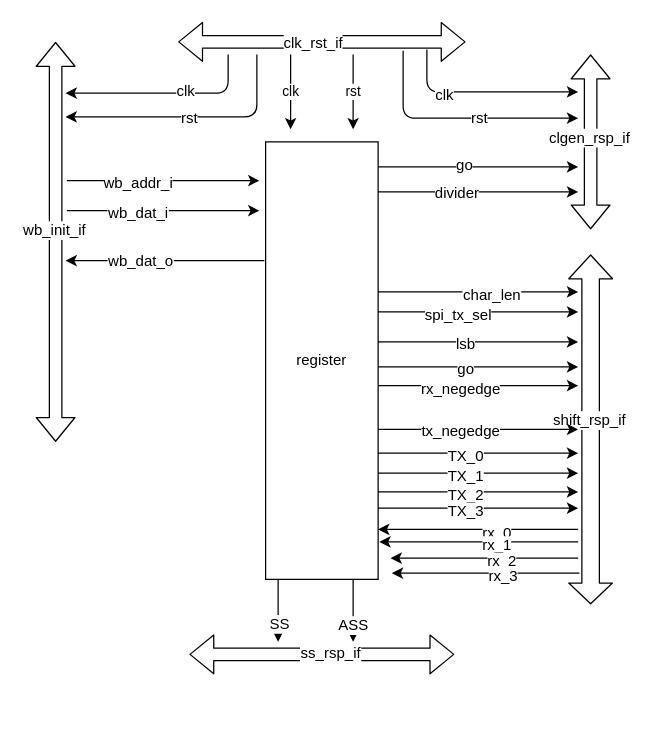
Above: 寄存器读写验证.drawio in ghr12345/firsttest (draw.io), before the change. Source tidied: cells renumbered, new cells numbered last; positions are measured from the earlier drawing's top-left corner, leaving out a move shared by most shapes. Both pictures are drawn from the tidied source at 125%, with x=0, y=0 at pixel (55, 41).
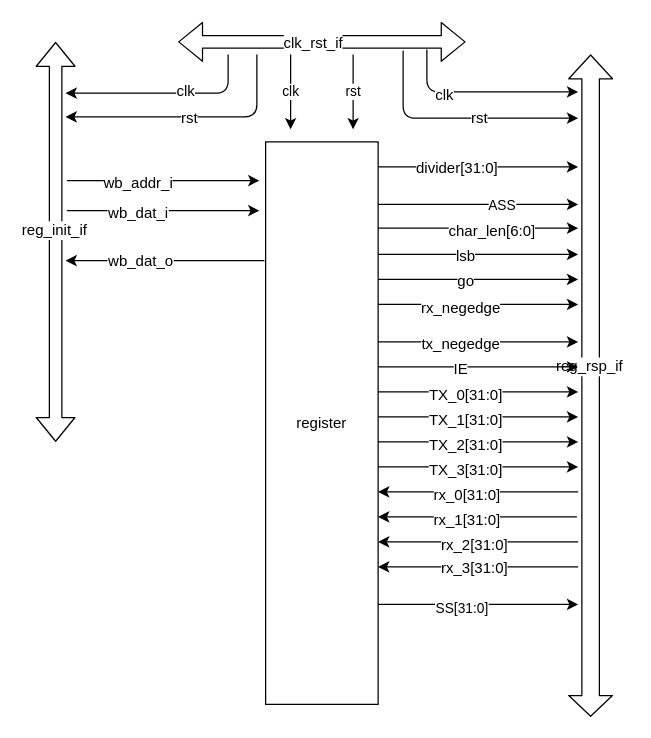
Above is the later version.

Commit message (it also covers changes not shown here):
更新寄存器读写验证.drawio

Unchanged cells that the change refers to:
```xml
<mxCell id="7" style="shape=flexArrow;endArrow=classic;startArrow=classic;html=1;" parent="1" edge="1">
  <mxGeometry relative="1" as="geometry">
    <mxPoint y="320" as="sourcePoint" />
    <mxPoint as="targetPoint" />
  </mxGeometry>
</mxCell>
```

Diff of the diagram source:
```diff
@@
     <mxCell id="2" value="register" style="rounded=0;whiteSpace=wrap;html=1;" parent="1" vertex="1">
-      <mxGeometry x="168" y="80" width="90" height="350" as="geometry" />
+      <mxGeometry x="168" y="80" width="90" height="450" as="geometry" />
     </mxCell>
@@
-    <mxCell id="8" value="wb_init_if" style="text;html=1;align=center;verticalAlign=middle;labelBackgroundColor=#ffffff;" parent="7" vertex="1">
+    <mxCell id="8" value="reg_init_if" style="text;html=1;align=center;verticalAlign=middle;labelBackgroundColor=#ffffff;" parent="7" vertex="1">
       <mxGeometry x="0.06" y="2" relative="1" as="geometry" />
     </mxCell>
-    <mxCell id="9" style="shape=flexArrow;endArrow=classic;startArrow=classic;html=1;" parent="1" edge="1">
-      <mxGeometry relative="1" as="geometry">
-        <mxPoint x="428" y="150" as="sourcePoint" />
-        <mxPoint x="428" y="10" as="targetPoint" />
-      </mxGeometry>
-    </mxCell>
-    <mxCell id="10" value="clgen_rsp_if" style="text;html=1;align=center;verticalAlign=middle;labelBackgroundColor=#ffffff;" parent="9" vertex="1">
-      <mxGeometry x="0.06" y="2" relative="1" as="geometry" />
-    </mxCell>
@@
-    <mxCell id="25" style="endArrow=classic;html=1;" parent="1" edge="1">
-      <mxGeometry relative="1" as="geometry">
-        <mxPoint x="258" y="100" as="sourcePoint" />
-        <mxPoint x="418" y="100" as="targetPoint" />
-      </mxGeometry>
-    </mxCell>
-    <mxCell id="26" value="go" style="text;html=1;align=center;verticalAlign=middle;labelBackgroundColor=#ffffff;" parent="25" vertex="1">
-      <mxGeometry x="-0.15" y="2" relative="1" as="geometry" />
-    </mxCell>
     <mxCell id="27" style="endArrow=classic;html=1;" parent="1" edge="1">
       <mxGeometry relative="1" as="geometry">
-        <mxPoint x="258" y="120" as="sourcePoint" />
-        <mxPoint x="418" y="120" as="targetPoint" />
+        <mxPoint x="258" y="100" as="sourcePoint" />
+        <mxPoint x="418" y="100" as="targetPoint" />
       </mxGeometry>
     </mxCell>
-    <mxCell id="28" value="divider" style="text;html=1;align=center;verticalAlign=middle;labelBackgroundColor=#ffffff;" parent="27" vertex="1">
+    <mxCell id="28" value="divider[31:0]" style="text;html=1;align=center;verticalAlign=middle;labelBackgroundColor=#ffffff;" parent="27" vertex="1">
       <mxGeometry x="-0.23" relative="1" as="geometry" />
     </mxCell>
     <mxCell id="29" style="shape=flexArrow;endArrow=classic;startArrow=classic;html=1;width=14;startSize=5.2;" parent="1" edge="1">
       <mxGeometry relative="1" as="geometry">
-        <mxPoint x="428" y="450" as="sourcePoint" />
-        <mxPoint x="428" y="170" as="targetPoint" />
+        <mxPoint x="428" y="540" as="sourcePoint" />
+        <mxPoint x="428" y="10" as="targetPoint" />
       </mxGeometry>
     </mxCell>
-    <mxCell id="30" value="shift_rsp_if" style="text;html=1;align=center;verticalAlign=middle;labelBackgroundColor=#ffffff;" parent="29" vertex="1">
+    <mxCell id="30" value="reg_rsp_if" style="text;html=1;align=center;verticalAlign=middle;labelBackgroundColor=#ffffff;" parent="29" vertex="1">
       <mxGeometry x="0.06" y="2" relative="1" as="geometry" />
     </mxCell>
-    <mxCell id="31" style="shape=flexArrow;endArrow=classic;startArrow=classic;html=1;" parent="1" edge="1">
-      <mxGeometry relative="1" as="geometry">
-        <mxPoint x="107" y="490" as="sourcePoint" />
-        <mxPoint x="319" y="490" as="targetPoint" />
-      </mxGeometry>
-    </mxCell>
-    <mxCell id="32" value="ss_rsp_if" style="text;html=1;align=center;verticalAlign=middle;labelBackgroundColor=#ffffff;" parent="31" vertex="1">
-      <mxGeometry x="0.06" y="2" relative="1" as="geometry" />
-    </mxCell>
@@
     <mxCell id="34" style="endArrow=classic;html=1;" parent="1" edge="1">
       <mxGeometry relative="1" as="geometry">
-        <mxPoint x="258" y="200" as="sourcePoint" />
-        <mxPoint x="418" y="200" as="targetPoint" />
+        <mxPoint x="258" y="149" as="sourcePoint" />
+        <mxPoint x="418" y="149" as="targetPoint" />
       </mxGeometry>
     </mxCell>
-    <mxCell id="35" value="char_len" style="text;html=1;align=center;verticalAlign=middle;labelBackgroundColor=#ffffff;" parent="34" vertex="1">
+    <mxCell id="35" value="char_len[6:0]" style="text;html=1;align=center;verticalAlign=middle;labelBackgroundColor=#ffffff;" parent="34" vertex="1">
       <mxGeometry x="0.12" y="-2" relative="1" as="geometry" />
     </mxCell>
-    <mxCell id="36" style="endArrow=classic;html=1;" parent="1" edge="1">
-      <mxGeometry relative="1" as="geometry">
-        <mxPoint x="258" y="216" as="sourcePoint" />
-        <mxPoint x="418" y="216" as="targetPoint" />
-      </mxGeometry>
-    </mxCell>
-    <mxCell id="37" value="spi_tx_sel" style="text;html=1;align=center;verticalAlign=middle;labelBackgroundColor=#ffffff;" parent="36" vertex="1">
-      <mxGeometry x="-0.21" y="-2" relative="1" as="geometry" />
-    </mxCell>
     <mxCell id="38" style="endArrow=classic;html=1;" parent="1" edge="1">
       <mxGeometry relative="1" as="geometry">
-        <mxPoint x="258" y="240" as="sourcePoint" />
-        <mxPoint x="418" y="240" as="targetPoint" />
+        <mxPoint x="258" y="170" as="sourcePoint" />
+        <mxPoint x="418" y="170" as="targetPoint" />
       </mxGeometry>
     </mxCell>
@@
     <mxCell id="40" style="endArrow=classic;html=1;" parent="1" edge="1">
       <mxGeometry relative="1" as="geometry">
-        <mxPoint x="258" y="260" as="sourcePoint" />
-        <mxPoint x="418" y="260" as="targetPoint" />
+        <mxPoint x="258" y="190" as="sourcePoint" />
+        <mxPoint x="418" y="190" as="targetPoint" />
       </mxGeometry>
     </mxCell>
@@
     <mxCell id="42" style="endArrow=classic;html=1;" parent="1" edge="1">
       <mxGeometry relative="1" as="geometry">
-        <mxPoint x="258" y="275" as="sourcePoint" />
-        <mxPoint x="418" y="275" as="targetPoint" />
+        <mxPoint x="258" y="210" as="sourcePoint" />
+        <mxPoint x="418" y="210" as="targetPoint" />
       </mxGeometry>
     </mxCell>
@@
     <mxCell id="44" style="endArrow=classic;html=1;" parent="1" edge="1">
       <mxGeometry relative="1" as="geometry">
-        <mxPoint x="258" y="310" as="sourcePoint" />
-        <mxPoint x="418" y="310" as="targetPoint" />
+        <mxPoint x="258" y="240" as="sourcePoint" />
+        <mxPoint x="418" y="240" as="targetPoint" />
       </mxGeometry>
     </mxCell>
@@
     <mxCell id="46" style="endArrow=classic;html=1;" parent="1" edge="1">
       <mxGeometry relative="1" as="geometry">
-        <mxPoint x="258" y="329" as="sourcePoint" />
-        <mxPoint x="418" y="329" as="targetPoint" />
+        <mxPoint x="258" y="280" as="sourcePoint" />
+        <mxPoint x="418" y="280" as="targetPoint" />
       </mxGeometry>
     </mxCell>
-    <mxCell id="47" value="TX_0" style="text;html=1;align=center;verticalAlign=middle;labelBackgroundColor=#ffffff;" parent="46" vertex="1">
+    <mxCell id="47" value="TX_0[31:0]" style="text;html=1;align=center;verticalAlign=middle;labelBackgroundColor=#ffffff;" parent="46" vertex="1">
       <mxGeometry x="-0.14" y="-2" relative="1" as="geometry" />
     </mxCell>
-    <mxCell id="48" style="endArrow=classic;html=1;" parent="1" edge="1">
-      <mxGeometry relative="1" as="geometry">
-        <mxPoint x="178" y="430" as="sourcePoint" />
-        <mxPoint x="178" y="480" as="targetPoint" />
-      </mxGeometry>
-    </mxCell>
-    <mxCell id="49" value="SS" style="text;html=1;align=center;verticalAlign=middle;labelBackgroundColor=#ffffff;" parent="48" vertex="1">
-      <mxGeometry x="0.38" relative="1" as="geometry" />
-    </mxCell>
-    <mxCell id="50" style="endArrow=classic;html=1;" parent="1" edge="1">
-      <mxGeometry relative="1" as="geometry">
-        <mxPoint x="238" y="430" as="sourcePoint" />
-        <mxPoint x="238" y="480" as="targetPoint" />
-      </mxGeometry>
-    </mxCell>
-    <mxCell id="51" value="ASS" style="text;html=1;align=center;verticalAlign=middle;labelBackgroundColor=#ffffff;" parent="50" vertex="1">
-      <mxGeometry x="0.42" y="-1" relative="1" as="geometry" />
-    </mxCell>
     <mxCell id="52" style="endArrow=classic;html=1;" parent="1" edge="1">
       <mxGeometry relative="1" as="geometry">
-        <mxPoint x="258" y="345" as="sourcePoint" />
-        <mxPoint x="418" y="345" as="targetPoint" />
+        <mxPoint x="258" y="300" as="sourcePoint" />
+        <mxPoint x="418" y="300" as="targetPoint" />
       </mxGeometry>
     </mxCell>
-    <mxCell id="53" value="TX_1" style="text;html=1;align=center;verticalAlign=middle;labelBackgroundColor=#ffffff;" parent="52" vertex="1">
+    <mxCell id="53" value="TX_1[31:0]" style="text;html=1;align=center;verticalAlign=middle;labelBackgroundColor=#ffffff;" parent="52" vertex="1">
       <mxGeometry x="-0.14" y="-2" relative="1" as="geometry" />
     </mxCell>
     <mxCell id="54" style="endArrow=classic;html=1;" parent="1" edge="1">
       <mxGeometry relative="1" as="geometry">
-        <mxPoint x="258" y="360" as="sourcePoint" />
-        <mxPoint x="418" y="360" as="targetPoint" />
+        <mxPoint x="258" y="320" as="sourcePoint" />
+        <mxPoint x="418" y="320" as="targetPoint" />
       </mxGeometry>
     </mxCell>
-    <mxCell id="55" value="TX_2" style="text;html=1;align=center;verticalAlign=middle;labelBackgroundColor=#ffffff;" parent="54" vertex="1">
+    <mxCell id="55" value="TX_2[31:0]" style="text;html=1;align=center;verticalAlign=middle;labelBackgroundColor=#ffffff;" parent="54" vertex="1">
       <mxGeometry x="-0.14" y="-2" relative="1" as="geometry" />
     </mxCell>
     <mxCell id="56" style="endArrow=classic;html=1;" parent="1" edge="1">
       <mxGeometry relative="1" as="geometry">
-        <mxPoint x="258" y="373" as="sourcePoint" />
-        <mxPoint x="418" y="373" as="targetPoint" />
+        <mxPoint x="258" y="340" as="sourcePoint" />
+        <mxPoint x="418" y="340" as="targetPoint" />
       </mxGeometry>
     </mxCell>
-    <mxCell id="57" value="TX_3" style="text;html=1;align=center;verticalAlign=middle;labelBackgroundColor=#ffffff;" parent="56" vertex="1">
+    <mxCell id="57" value="TX_3[31:0]" style="text;html=1;align=center;verticalAlign=middle;labelBackgroundColor=#ffffff;" parent="56" vertex="1">
       <mxGeometry x="-0.14" y="-2" relative="1" as="geometry" />
     </mxCell>
     <mxCell id="58" style="endArrow=classic;html=1;" parent="1" edge="1">
       <mxGeometry relative="1" as="geometry">
-        <mxPoint x="418" y="390" as="sourcePoint" />
-        <mxPoint x="258" y="390" as="targetPoint" />
+        <mxPoint x="418" y="360" as="sourcePoint" />
+        <mxPoint x="258" y="360" as="targetPoint" />
       </mxGeometry>
     </mxCell>
-    <mxCell id="59" value="rx_0" style="text;html=1;align=center;verticalAlign=middle;labelBackgroundColor=#ffffff;" parent="58" vertex="1">
-      <mxGeometry x="-0.17" y="2" relative="1" as="geometry" />
+    <mxCell id="59" value="rx_0[31:0]" style="text;html=1;align=center;verticalAlign=middle;labelBackgroundColor=#ffffff;" parent="58" vertex="1">
+      <mxGeometry x="-0.17" y="2" relative="1" as="geometry">
+        <mxPoint x="-24" as="offset" />
+      </mxGeometry>
     </mxCell>
     <mxCell id="60" style="endArrow=classic;html=1;" parent="1" edge="1">
       <mxGeometry relative="1" as="geometry">
-        <mxPoint x="418" y="400" as="sourcePoint" />
-        <mxPoint x="259" y="400" as="targetPoint" />
+        <mxPoint x="417" y="380" as="sourcePoint" />
+        <mxPoint x="258" y="380" as="targetPoint" />
       </mxGeometry>
     </mxCell>
-    <mxCell id="61" value="rx_1" style="text;html=1;align=center;verticalAlign=middle;labelBackgroundColor=#ffffff;" parent="60" vertex="1">
-      <mxGeometry x="-0.17" y="2" relative="1" as="geometry" />
+    <mxCell id="61" value="rx_1[31:0]" style="text;html=1;align=center;verticalAlign=middle;labelBackgroundColor=#ffffff;" parent="60" vertex="1">
+      <mxGeometry x="-0.17" y="2" relative="1" as="geometry">
+        <mxPoint x="-23" as="offset" />
+      </mxGeometry>
     </mxCell>
     <mxCell id="62" style="endArrow=classic;html=1;" parent="1" edge="1">
       <mxGeometry relative="1" as="geometry">
-        <mxPoint x="418" y="413" as="sourcePoint" />
-        <mxPoint x="268" y="413" as="targetPoint" />
+        <mxPoint x="418" y="400" as="sourcePoint" />
+        <mxPoint x="258" y="400" as="targetPoint" />
       </mxGeometry>
     </mxCell>
-    <mxCell id="63" value="rx_2" style="text;html=1;align=center;verticalAlign=middle;labelBackgroundColor=#ffffff;" parent="62" vertex="1">
-      <mxGeometry x="-0.17" y="2" relative="1" as="geometry" />
+    <mxCell id="63" value="rx_2[31:0]" style="text;html=1;align=center;verticalAlign=middle;labelBackgroundColor=#ffffff;" parent="62" vertex="1">
+      <mxGeometry x="-0.17" y="2" relative="1" as="geometry">
+        <mxPoint x="-18" as="offset" />
+      </mxGeometry>
     </mxCell>
     <mxCell id="64" style="endArrow=classic;html=1;" parent="1" edge="1">
       <mxGeometry relative="1" as="geometry">
-        <mxPoint x="419" y="425" as="sourcePoint" />
-        <mxPoint x="269" y="425" as="targetPoint" />
+        <mxPoint x="418" y="420" as="sourcePoint" />
+        <mxPoint x="258" y="420" as="targetPoint" />
       </mxGeometry>
     </mxCell>
-    <mxCell id="65" value="rx_3" style="text;html=1;align=center;verticalAlign=middle;labelBackgroundColor=#ffffff;" parent="64" vertex="1">
-      <mxGeometry x="-0.17" y="2" relative="1" as="geometry" />
+    <mxCell id="65" value="rx_3[31:0]" style="text;html=1;align=center;verticalAlign=middle;labelBackgroundColor=#ffffff;" parent="64" vertex="1">
+      <mxGeometry x="-0.17" y="2" relative="1" as="geometry">
+        <mxPoint x="-18" y="-2" as="offset" />
+      </mxGeometry>
     </mxCell>
+    <mxCell id="66" style="endArrow=classic;html=1;" parent="1" edge="1">
+      <mxGeometry relative="1" as="geometry">
+        <mxPoint x="258" y="260" as="sourcePoint" />
+        <mxPoint x="418" y="260" as="targetPoint" />
+      </mxGeometry>
+    </mxCell>
+    <mxCell id="67" value="IE" style="text;html=1;align=center;verticalAlign=middle;labelBackgroundColor=#ffffff;" parent="66" vertex="1">
+      <mxGeometry x="-0.19" y="-1" relative="1" as="geometry" />
+    </mxCell>
+    <mxCell id="68" style="endArrow=classic;html=1;" parent="1" edge="1">
+      <mxGeometry relative="1" as="geometry">
+        <mxPoint x="258" y="450" as="sourcePoint" />
+        <mxPoint x="418" y="450" as="targetPoint" />
+      </mxGeometry>
+    </mxCell>
+    <mxCell id="69" value="SS[31:0]" style="edgeLabel;html=1;align=center;verticalAlign=middle;" parent="68" vertex="1">
+      <mxGeometry x="-0.18" y="-2" relative="1" as="geometry" />
+    </mxCell>
+    <mxCell id="70" style="endArrow=classic;html=1;" parent="1" edge="1">
+      <mxGeometry relative="1" as="geometry">
+        <mxPoint x="258" y="130" as="sourcePoint" />
+        <mxPoint x="418" y="130" as="targetPoint" />
+      </mxGeometry>
+    </mxCell>
+    <mxCell id="51" value="ASS" style="edgeLabel;html=1;align=center;verticalAlign=middle;" parent="70" vertex="1">
+      <mxGeometry x="0.22" relative="1" as="geometry" />
+    </mxCell>
```
